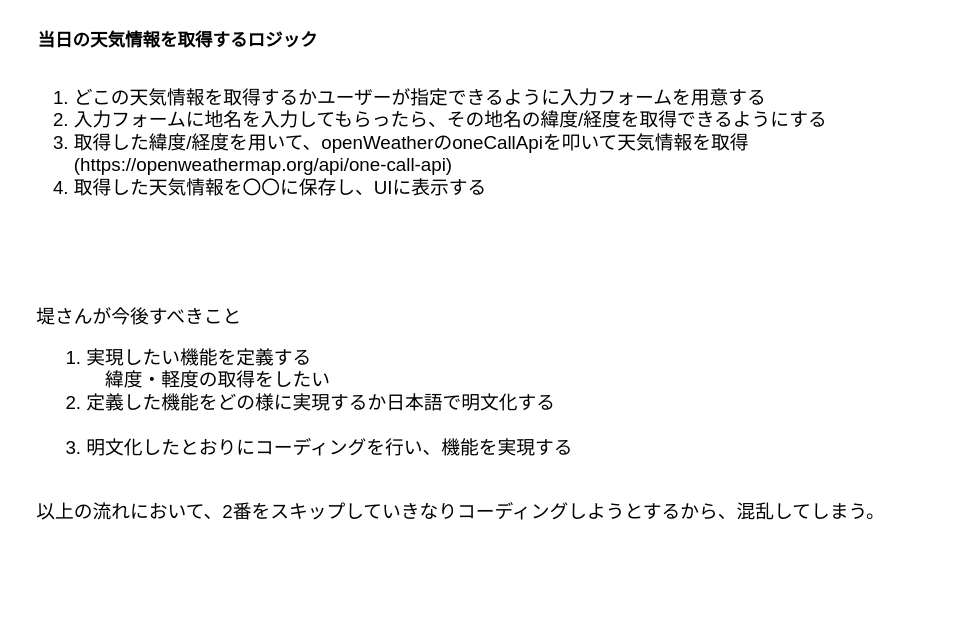
This is documents/fetchTodayForecast.dio from Yuta-Tsutsumi/weather-app, a draw.io file, before an edit. Source tidied: cells renumbered, new cells numbered last; positions are measured from the earlier drawing's top-left corner, leaving out a move shared by most shapes. Both pictures are drawn from the tidied source at 125%, with x=0, y=0 at pixel (21, 21).
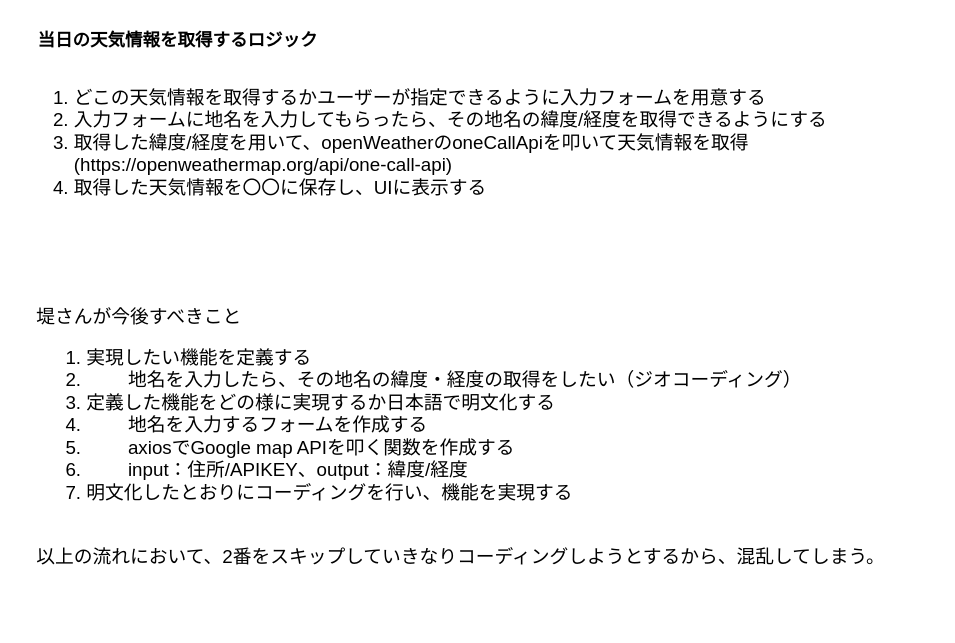
The same page after the edit.

Commit message:
緯度/経度のデータ取得の処理の書き込み

What changed in the source:
```diff
@@
 <mxGraphModel>
   <root>
     <mxCell id="0" />
     <mxCell id="1" parent="0" />
     <mxCell id="2" value="当日の天気情報を取得するロジック" style="text;html=1;align=center;verticalAlign=middle;whiteSpace=wrap;rounded=0;fontStyle=1;fontSize=14;" parent="1" vertex="1">
       <mxGeometry width="250" height="30" as="geometry" />
     </mxCell>
     <mxCell id="3" value="&lt;ol style=&quot;font-size: 15px;&quot;&gt;&lt;li style=&quot;font-size: 15px;&quot;&gt;どこの天気情報を取得するかユーザーが指定できるように入力フォームを用意する&lt;/li&gt;&lt;li style=&quot;font-size: 15px;&quot;&gt;入力フォームに地名を入力してもらったら、その地名の緯度/経度を取得できるようにする&lt;/li&gt;&lt;li style=&quot;font-size: 15px;&quot;&gt;取得した緯度/経度を用いて、openWeatherのoneCallApiを叩いて天気情報を取得(https://openweathermap.org/api/one-call-api)&lt;/li&gt;&lt;li style=&quot;font-size: 15px;&quot;&gt;取得した天気情報を〇〇に保存し、UIに表示する&lt;/li&gt;&lt;/ol&gt;" style="text;html=1;strokeColor=none;fillColor=none;align=left;verticalAlign=top;whiteSpace=wrap;rounded=0;fontSize=15;" parent="1" vertex="1">
       <mxGeometry y="30" width="670" height="150" as="geometry" />
     </mxCell>
-    <mxCell id="4" value="堤さんが今後すべきこと&lt;br style=&quot;font-size: 15px&quot;&gt;&lt;ol style=&quot;font-size: 15px&quot;&gt;&lt;li style=&quot;font-size: 15px&quot;&gt;実現したい機能を定義する&lt;br&gt;　緯度・軽度の取得をしたい&lt;/li&gt;&lt;li style=&quot;font-size: 15px&quot;&gt;定義した機能をどの様に実現するか日本語で明文化する&lt;br&gt;　&lt;/li&gt;&lt;li style=&quot;font-size: 15px&quot;&gt;明文化したとおりにコーディングを行い、機能を実現する&lt;br&gt;　&lt;/li&gt;&lt;/ol&gt;&lt;div style=&quot;font-size: 15px&quot;&gt;以上の流れにおいて、2番をスキップしていきなりコーディングしようとするから、混乱してしまう。&lt;/div&gt;" style="text;html=1;strokeColor=none;fillColor=none;align=left;verticalAlign=top;whiteSpace=wrap;rounded=0;fontSize=15;" parent="1" vertex="1">
+    <mxCell id="4" value="堤さんが今後すべきこと&lt;br style=&quot;font-size: 15px&quot;&gt;&lt;ol style=&quot;font-size: 15px&quot;&gt;&lt;li style=&quot;font-size: 15px&quot;&gt;実現したい機能を定義する&lt;/li&gt;&lt;li style=&quot;font-size: 15px&quot;&gt;&lt;span style=&quot;white-space: pre&quot;&gt;&#9;&lt;/span&gt;地名を入力したら、その地名の緯度・経度の取得をしたい（ジオコーディング）&lt;/li&gt;&lt;li style=&quot;font-size: 15px&quot;&gt;定義した機能をどの様に実現するか日本語で明文化する&lt;/li&gt;&lt;li style=&quot;font-size: 15px&quot;&gt;&lt;span style=&quot;white-space: pre&quot;&gt;&#9;&lt;/span&gt;地名を入力するフォームを作成する&lt;/li&gt;&lt;li style=&quot;font-size: 15px&quot;&gt;&lt;span style=&quot;white-space: pre&quot;&gt;&#9;&lt;/span&gt;axiosでGoogle map APIを叩く関数を作成する&lt;/li&gt;&lt;li style=&quot;font-size: 15px&quot;&gt;&lt;span style=&quot;white-space: pre&quot;&gt;&#9;&lt;/span&gt;input：住所/APIKEY、output：緯度/経度&lt;/li&gt;&lt;li style=&quot;font-size: 15px&quot;&gt;明文化したとおりにコーディングを行い、機能を実現する&lt;br&gt;　&lt;/li&gt;&lt;/ol&gt;&lt;div style=&quot;font-size: 15px&quot;&gt;以上の流れにおいて、2番をスキップしていきなりコーディングしようとするから、混乱してしまう。&lt;/div&gt;" style="text;html=1;strokeColor=none;fillColor=none;align=left;verticalAlign=top;whiteSpace=wrap;rounded=0;fontSize=15;" parent="1" vertex="1">
       <mxGeometry x="10" y="220" width="720" height="260" as="geometry" />
     </mxCell>
   </root>
 </mxGraphModel>
```
